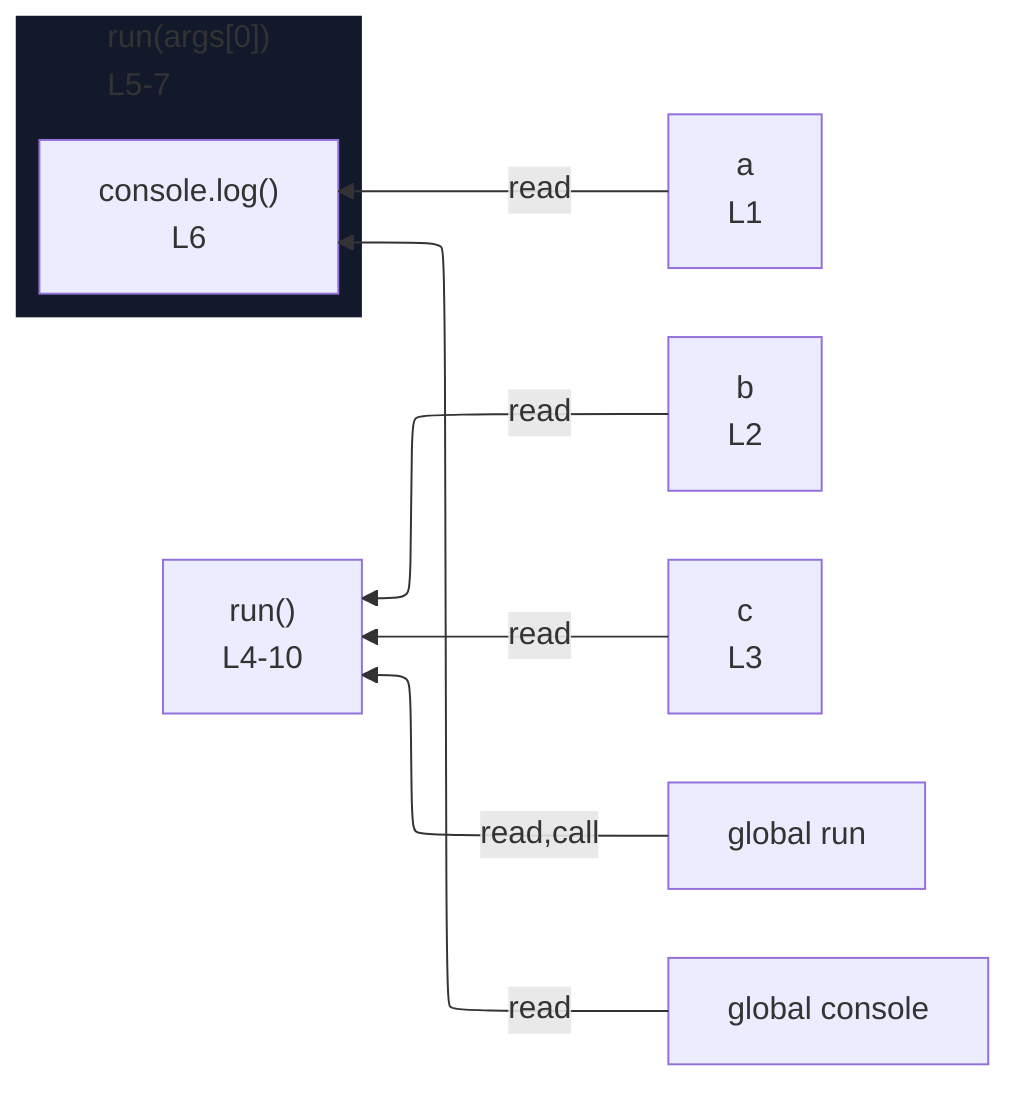
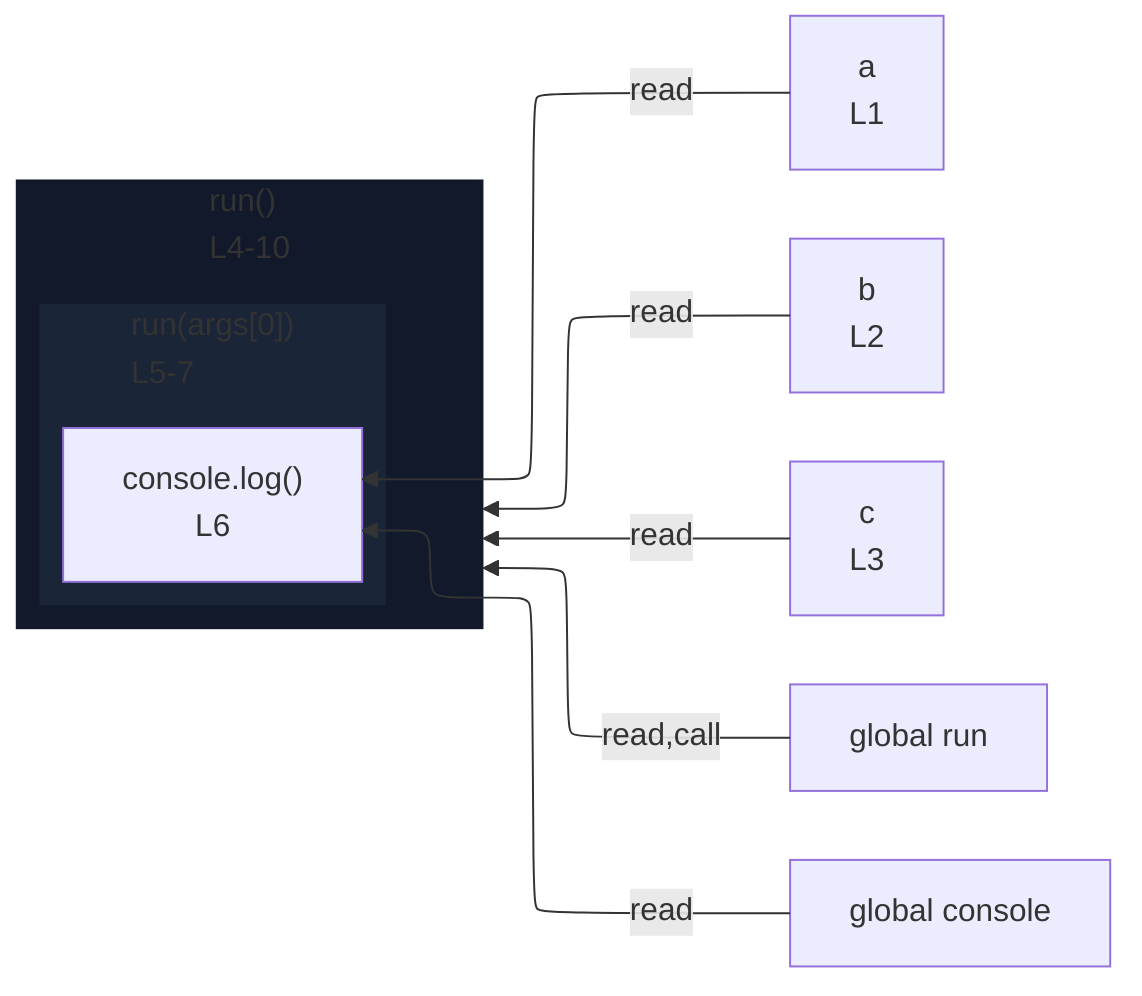
%%{init: {"flowchart": {"defaultRenderer": "elk"}}}%%
flowchart RL
  n_scope_0_a_6["a<br/>L1"]
  n_scope_0_b_19["b<br/>L2"]
  n_scope_0_c_32["c<br/>L3"]
  n_scope_0_run_39["global run"]
  n_scope_0_console_58["global console"]
-   subgraph s_scope_1["run(args[0])<br/>L5-7"]
+   subgraph expr_stmt_39["run()<br/>L4-10"]
    direction RL
-     expr_stmt_58["console.log()<br/>L6"]
+     subgraph s_scope_1["run(args[0])<br/>L5-7"]
+       direction RL
+       expr_stmt_58["console.log()<br/>L6"]
+     end
  end
  n_scope_0_run_39 -->|read,call| expr_stmt_39
  n_scope_0_console_58 -->|read| expr_stmt_58
  n_scope_0_a_6 -->|read| expr_stmt_58
  n_scope_0_b_19 -->|read| expr_stmt_39
  n_scope_0_c_32 -->|read| expr_stmt_39
-   expr_stmt_39["run()<br/>L4-10"]
  classDef nestL1 fill:#11192a,stroke:transparent;
-   class s_scope_1 nestL1;
+   class expr_stmt_39 nestL1;
+   classDef nestL2 fill:#1a2538,stroke:transparent;
+   class s_scope_1 nestL2;
